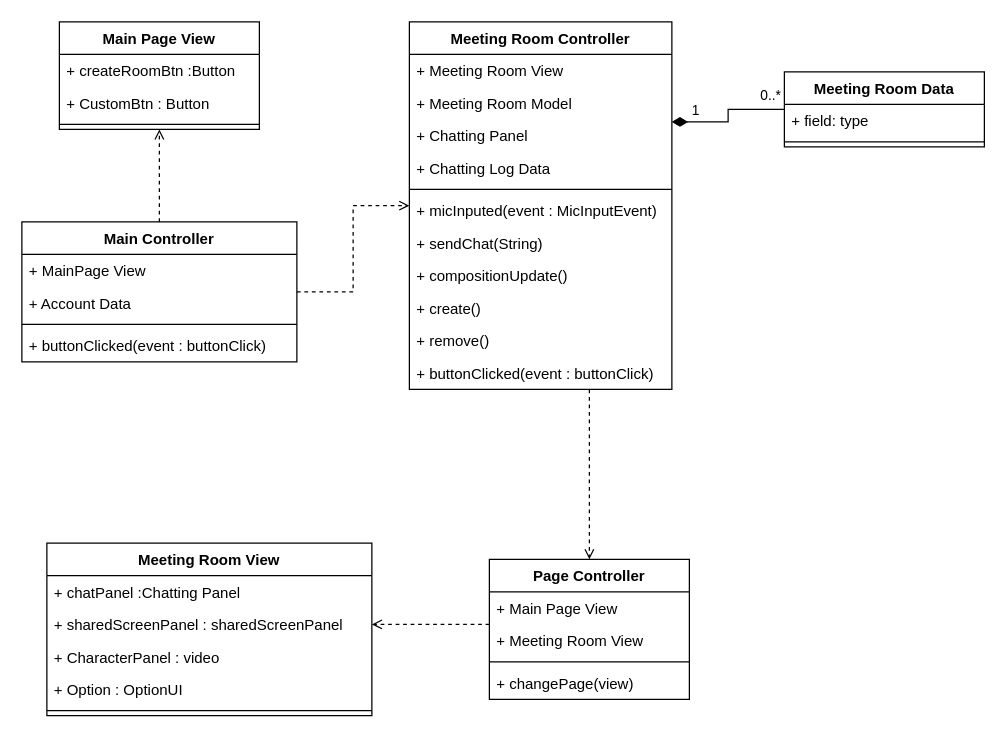
This is D_D6.drawio from ONFFLine/Diagram, a draw.io file, before an edit. Source tidied: cells renumbered, new cells numbered last; positions are measured from the earlier drawing's top-left corner, leaving out a move shared by most shapes. Both pictures are drawn from the tidied source at 125%, with x=0, y=0 at pixel (21, 21).
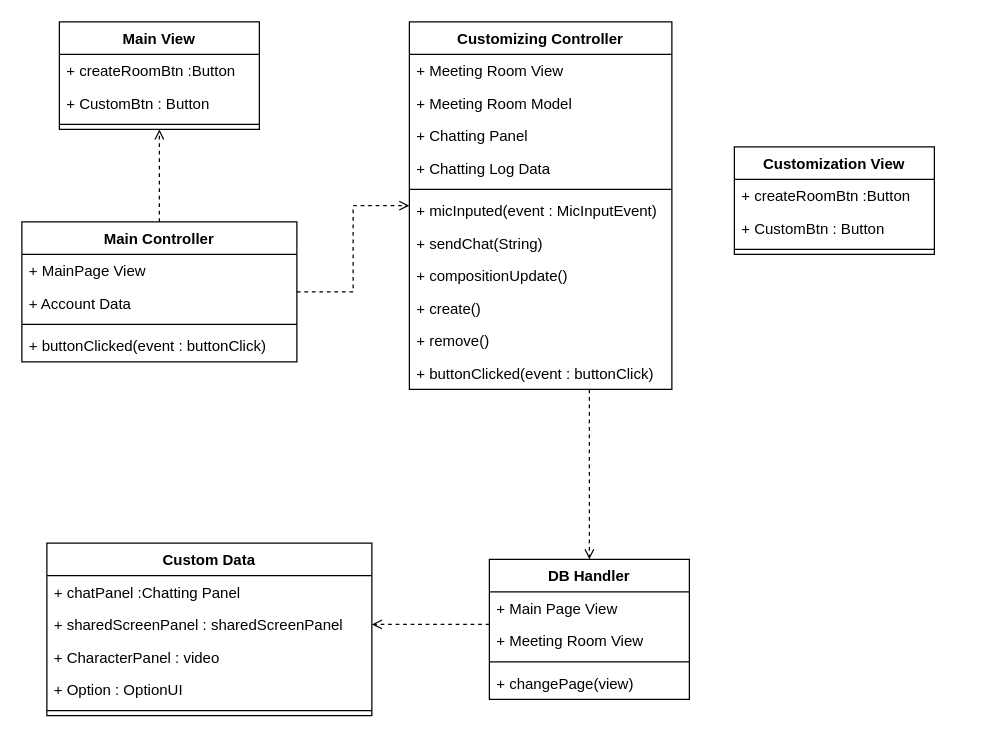
The same diagram, later.

The edit, as a diff of the source:
```diff
@@
-    <mxCell id="3" value="Meeting Room Controller" style="swimlane;fontStyle=1;align=center;verticalAlign=top;horizontal=1;startSize=26;" parent="1" vertex="1">
+    <mxCell id="3" value="Customizing Controller" style="swimlane;fontStyle=1;align=center;verticalAlign=top;horizontal=1;startSize=26;" parent="1" vertex="1">
       <mxGeometry x="310" width="210" height="294" as="geometry" />
     </mxCell>
@@
-    <mxCell id="22" value="Main Page View" style="swimlane;fontStyle=1;align=center;verticalAlign=top;horizontal=1;startSize=26;" parent="1" vertex="1">
+    <mxCell id="22" value="Main View" style="swimlane;fontStyle=1;align=center;verticalAlign=top;horizontal=1;startSize=26;" parent="1" vertex="1">
       <mxGeometry x="30" width="160" height="86" as="geometry" />
     </mxCell>
@@
-    <mxCell id="26" value="Meeting Room View" style="swimlane;fontStyle=1;align=center;verticalAlign=top;horizontal=1;startSize=26;" parent="1" vertex="1">
+    <mxCell id="26" value="Custom Data" style="swimlane;fontStyle=1;align=center;verticalAlign=top;horizontal=1;startSize=26;" parent="1" vertex="1">
       <mxGeometry x="20" y="417" width="260" height="138" as="geometry" />
     </mxCell>
@@
-    <mxCell id="33" value="Page Controller" style="swimlane;fontStyle=1;align=center;verticalAlign=top;horizontal=1;startSize=26;" parent="1" vertex="1">
+    <mxCell id="33" value="DB Handler" style="swimlane;fontStyle=1;align=center;verticalAlign=top;horizontal=1;startSize=26;" parent="1" vertex="1">
       <mxGeometry x="374" y="430" width="160" height="112" as="geometry" />
     </mxCell>
@@
-    <mxCell id="38" style="edgeStyle=orthogonalEdgeStyle;rounded=0;jettySize=auto;html=1;endArrow=diamondThin;endFill=1;startSize=6;endSize=10;" parent="1" edge="1" source="41" target="3">
-      <mxGeometry relative="1" as="geometry">
-        <Array as="points">
-          <mxPoint x="565" y="70" />
-          <mxPoint x="565" y="80" />
-        </Array>
-      </mxGeometry>
-    </mxCell>
-    <mxCell id="39" value="0..*" style="edgeLabel;html=1;align=center;verticalAlign=middle;" parent="38" vertex="1">
-      <mxGeometry x="-0.58" y="-4" relative="1" as="geometry">
-        <mxPoint x="9" y="-8" as="offset" />
-      </mxGeometry>
-    </mxCell>
-    <mxCell id="40" value="1" style="edgeLabel;html=1;align=center;verticalAlign=middle;" parent="38" vertex="1">
-      <mxGeometry x="0.64" y="-2" relative="1" as="geometry">
-        <mxPoint y="-8" as="offset" />
-      </mxGeometry>
-    </mxCell>
-    <mxCell id="41" value="Meeting Room Data" style="swimlane;fontStyle=1;align=center;verticalAlign=top;horizontal=1;startSize=26;" parent="1" vertex="1">
-      <mxGeometry x="610" y="40" width="160" height="60" as="geometry" />
-    </mxCell>
-    <mxCell id="42" value="+ field: type" style="text;strokeColor=none;fillColor=none;align=left;verticalAlign=top;spacingLeft=4;spacingRight=4;overflow=hidden;" parent="41" vertex="1">
-      <mxGeometry y="26" width="160" height="26" as="geometry" />
-    </mxCell>
-    <mxCell id="43" style="line;strokeWidth=1;fillColor=none;align=left;verticalAlign=middle;spacingTop=-1;spacingLeft=3;spacingRight=3;labelPosition=right;" parent="41" vertex="1">
-      <mxGeometry y="52" width="160" height="8" as="geometry" />
-    </mxCell>
+    <mxCell id="44" value="Customization View" style="swimlane;fontStyle=1;align=center;verticalAlign=top;horizontal=1;startSize=26;" parent="1" vertex="1">
+      <mxGeometry x="570" y="100" width="160" height="86" as="geometry" />
+    </mxCell>
+    <mxCell id="45" value="+ createRoomBtn :Button" style="text;strokeColor=none;fillColor=none;align=left;verticalAlign=top;spacingLeft=4;spacingRight=4;overflow=hidden;" parent="44" vertex="1">
+      <mxGeometry y="26" width="160" height="26" as="geometry" />
+    </mxCell>
+    <mxCell id="46" value="+ CustomBtn : Button" style="text;strokeColor=none;fillColor=none;align=left;verticalAlign=top;spacingLeft=4;spacingRight=4;overflow=hidden;" parent="44" vertex="1">
+      <mxGeometry y="52" width="160" height="26" as="geometry" />
+    </mxCell>
+    <mxCell id="47" style="line;strokeWidth=1;fillColor=none;align=left;verticalAlign=middle;spacingTop=-1;spacingLeft=3;spacingRight=3;labelPosition=right;" parent="44" vertex="1">
+      <mxGeometry y="78" width="160" height="8" as="geometry" />
+    </mxCell>
```
